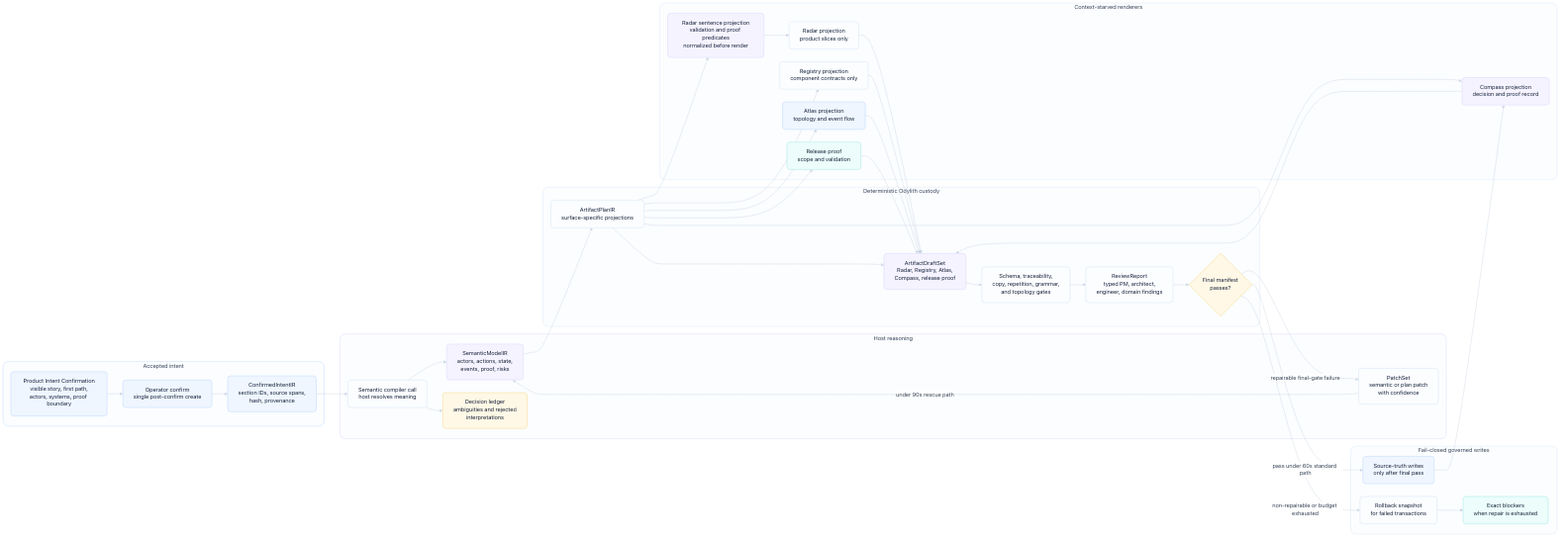
Above: odylith/atlas/source/domain-intelligence-greenfield-governance.png in odylith/odylith (Mermaid), before the change. Its source is kept beside it as odylith/atlas/source/domain-intelligence-greenfield-governance.mmd.
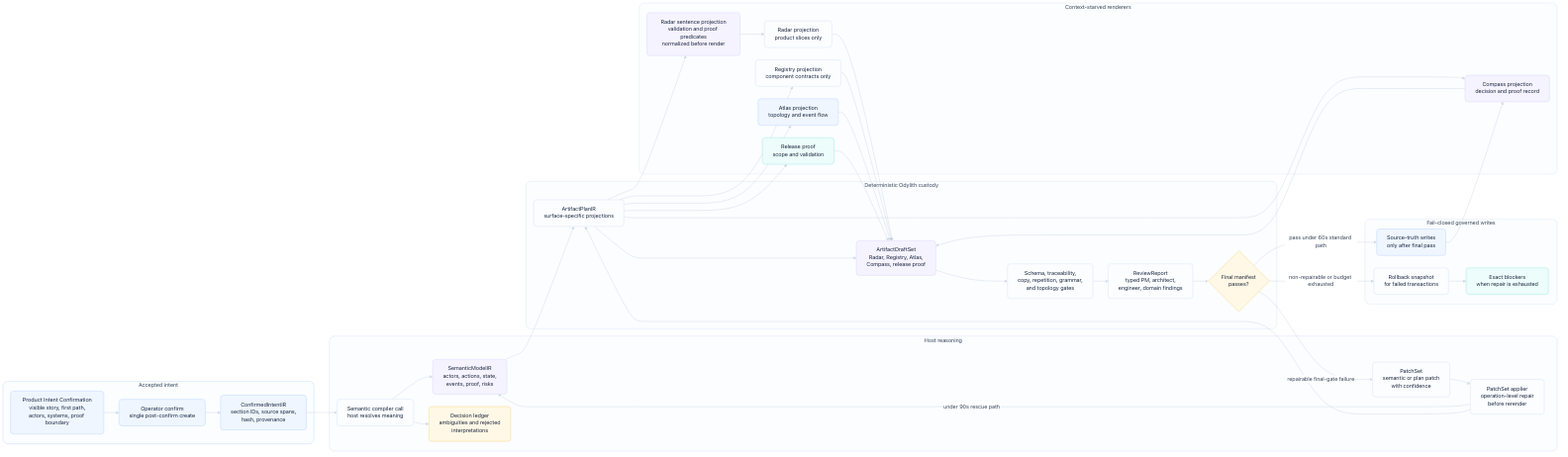
After the change.

Diff of the diagram source:
```diff
@@ -12,6 +12,7 @@
       semantic_ir["SemanticModelIR<br/>actors, actions, state,<br/>events, proof, risks"]
       decision_ledger["Decision ledger<br/>ambiguities and rejected<br/>interpretations"]
       patchset["PatchSet<br/>semantic or plan patch<br/>with confidence"]
+      patch_apply["PatchSet applier<br/>operation-level repair<br/>before rerender"]
     end
 
     subgraph custody_lane["Deterministic Odylith custody"]
@@ -57,7 +58,9 @@
     draft_set --> validators --> review_report --> transaction
     transaction -- "pass under 60s standard path" --> writes
     transaction -- "repairable final-gate failure" --> patchset
-    patchset -- "under 90s rescue path" --> semantic_ir
+    patchset --> patch_apply
+    patch_apply -- "under 90s rescue path" --> semantic_ir
+    patch_apply --> plan_ir
     transaction -- "non-repairable or budget exhausted" --> rollback --> blockers
     writes --> compass
 
@@ -67,7 +70,7 @@
     classDef projection fill:#ECFDFB,stroke:#A7E9E3,color:#17233A,stroke-width:1.2px;
     classDef write fill:#FDF2F8,stroke:#F9A8D4,color:#17233A,stroke-width:1.2px;
     class visible_intent,confirm,confirmed_ir intent;
-    class semantic_compile,semantic_ir,decision_ledger,patchset reasoning;
+    class semantic_compile,semantic_ir,decision_ledger,patchset,patch_apply reasoning;
     class plan_ir,draft_set,validators,review_report,transaction custody;
     class radar_sentence,radar,registry,atlas,compass,release projection;
     class writes,rollback,blockers write;
```
